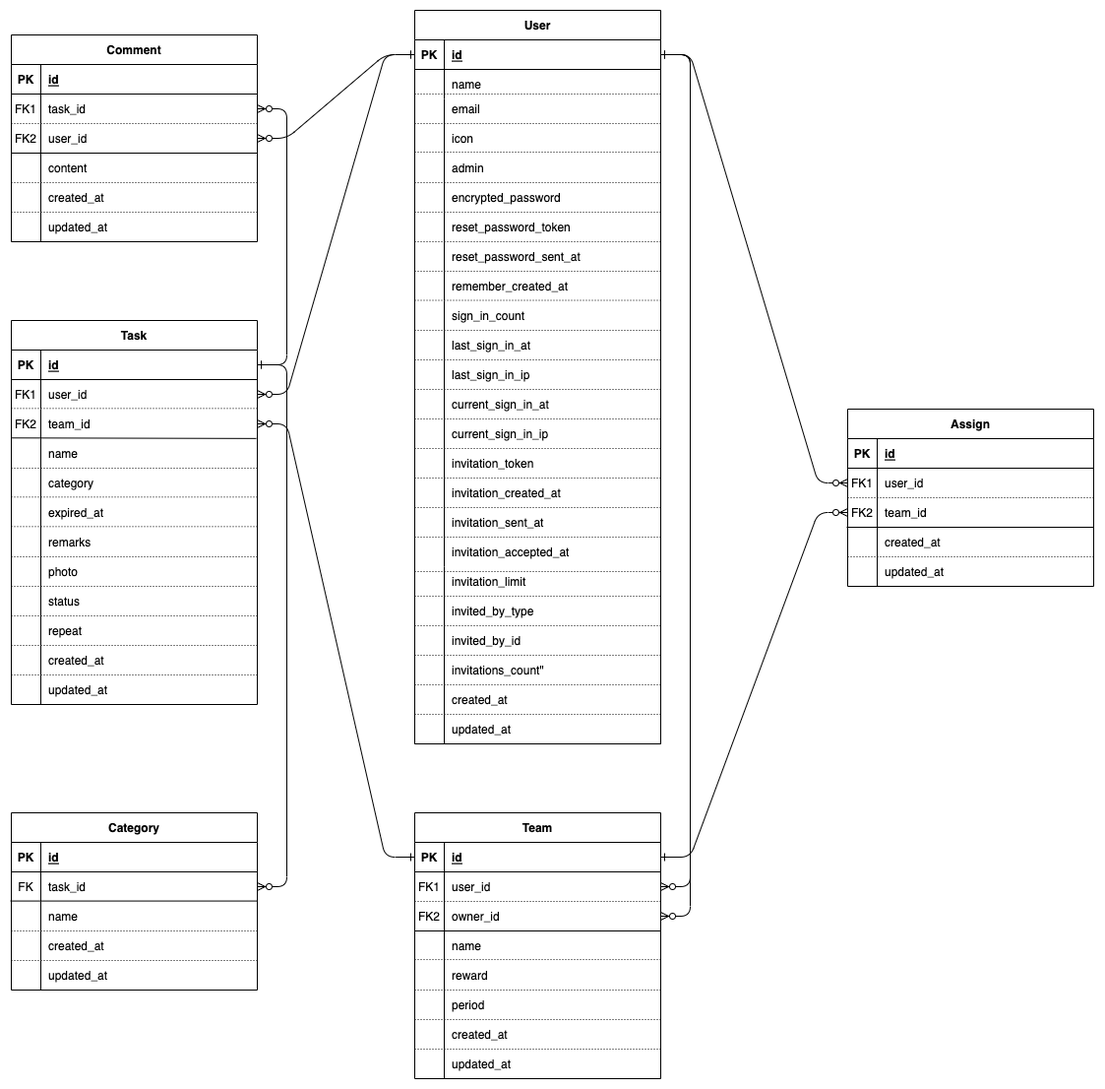
Earlier version of the draw.io export img/ER図.png (Asumi8/TOPPA). Source tidied: cells renumbered, new cells last; positions are measured from the earlier drawing's top-left corner, leaving out a move shared by most shapes.
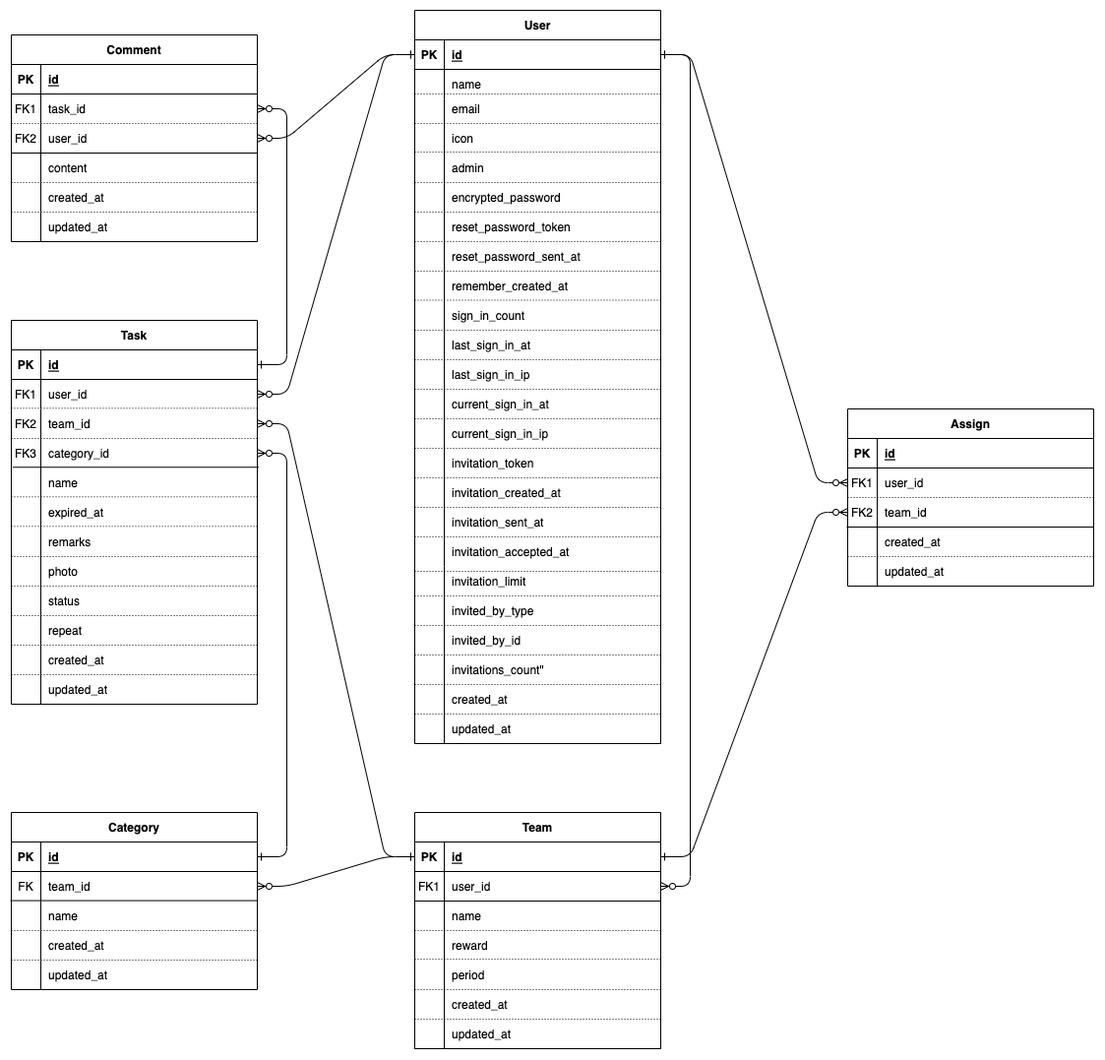
The same diagram one commit later.

Diff of the diagram source:
```diff
@@ -59,7 +59,7 @@
       </mxGeometry>
     </mxCell>
     <mxCell id="20" value="Team" style="shape=table;startSize=30;rowLines=0;fontStyle=1;align=center;" parent="1" vertex="1">
-      <mxGeometry x="410" y="815" width="250" height="270" as="geometry" />
+      <mxGeometry x="410" y="815" width="250" height="240" as="geometry" />
     </mxCell>
     <mxCell id="21" style="shape=partialRectangle;fillColor=none;points=[[0,0.5],[1,0.5]];portConstraint=eastwest;top=0;left=0;right=0;bottom=1;" parent="20" vertex="1">
       <mxGeometry y="30" width="250" height="30" as="geometry" />
@@ -79,17 +79,8 @@
     <mxCell id="26" value="user_id" style="shape=partialRectangle;overflow=hidden;fillColor=none;top=0;left=0;bottom=0;right=0;align=left;spacingLeft=6;" parent="24" vertex="1">
       <mxGeometry x="30" width="220" height="30" as="geometry" />
     </mxCell>
-    <mxCell id="27" style="shape=partialRectangle;fillColor=none;points=[[0,0.5],[1,0.5]];portConstraint=eastwest;top=0;left=0;right=0;bottom=0;" parent="20" vertex="1">
-      <mxGeometry y="90" width="250" height="30" as="geometry" />
-    </mxCell>
-    <mxCell id="28" style="shape=partialRectangle;overflow=hidden;fillColor=none;top=0;left=0;bottom=0;right=0;" parent="27" vertex="1">
-      <mxGeometry width="30" height="30" as="geometry" />
-    </mxCell>
-    <mxCell id="29" value="owner_id" style="shape=partialRectangle;overflow=hidden;fillColor=none;top=0;left=0;bottom=0;right=0;align=left;spacingLeft=6;" parent="27" vertex="1">
-      <mxGeometry x="30" width="220" height="30" as="geometry" />
-    </mxCell>
     <mxCell id="30" style="shape=partialRectangle;fillColor=none;top=0;left=0;right=0;bottom=0;" parent="20" vertex="1">
-      <mxGeometry y="120" width="250" height="30" as="geometry" />
+      <mxGeometry y="90" width="250" height="30" as="geometry" />
     </mxCell>
     <mxCell id="31" style="shape=partialRectangle;overflow=hidden;fillColor=none;top=0;left=0;bottom=0;right=0;" parent="30" vertex="1">
       <mxGeometry width="30" height="30" as="geometry" />
@@ -98,7 +89,7 @@
       <mxGeometry x="30" width="220" height="30" as="geometry" />
     </mxCell>
     <mxCell id="33" style="shape=partialRectangle;fillColor=none;top=0;left=0;right=0;bottom=0;" parent="20" vertex="1">
-      <mxGeometry y="150" width="250" height="30" as="geometry" />
+      <mxGeometry y="120" width="250" height="30" as="geometry" />
     </mxCell>
     <mxCell id="34" style="shape=partialRectangle;overflow=hidden;fillColor=none;top=0;left=0;bottom=0;right=0;" parent="33" vertex="1">
       <mxGeometry width="30" height="30" as="geometry" />
@@ -107,7 +98,7 @@
       <mxGeometry x="30" width="220" height="30" as="geometry" />
     </mxCell>
     <mxCell id="36" style="shape=partialRectangle;fillColor=none;top=0;left=0;right=0;bottom=0;" parent="20" vertex="1">
-      <mxGeometry y="180" width="250" height="30" as="geometry" />
+      <mxGeometry y="150" width="250" height="30" as="geometry" />
     </mxCell>
     <mxCell id="37" style="shape=partialRectangle;overflow=hidden;fillColor=none;top=0;left=0;bottom=0;right=0;" parent="36" vertex="1">
       <mxGeometry width="30" height="30" as="geometry" />
@@ -116,7 +107,7 @@
       <mxGeometry x="30" width="220" height="30" as="geometry" />
     </mxCell>
     <mxCell id="39" style="shape=partialRectangle;fillColor=none;top=0;left=0;right=0;bottom=0;" parent="20" vertex="1">
-      <mxGeometry y="210" width="250" height="30" as="geometry" />
+      <mxGeometry y="180" width="250" height="30" as="geometry" />
     </mxCell>
     <mxCell id="40" style="shape=partialRectangle;overflow=hidden;fillColor=none;top=0;left=0;bottom=0;right=0;" parent="39" vertex="1">
       <mxGeometry width="30" height="30" as="geometry" />
@@ -125,7 +116,7 @@
       <mxGeometry x="30" width="220" height="30" as="geometry" />
     </mxCell>
     <mxCell id="42" style="shape=partialRectangle;fillColor=none;top=0;left=0;right=0;bottom=0;" parent="20" vertex="1">
-      <mxGeometry y="240" width="250" height="30" as="geometry" />
+      <mxGeometry y="210" width="250" height="30" as="geometry" />
     </mxCell>
     <mxCell id="43" style="shape=partialRectangle;overflow=hidden;fillColor=none;top=0;left=0;bottom=0;right=0;" parent="42" vertex="1">
       <mxGeometry width="30" height="30" as="geometry" />
@@ -472,9 +463,9 @@
     <mxCell id="157" value="updated_at" style="shape=partialRectangle;overflow=hidden;fillColor=none;top=0;left=0;bottom=0;right=0;align=left;spacingLeft=6;" parent="155" vertex="1">
       <mxGeometry x="30" width="220" height="30" as="geometry" />
     </mxCell>
-    <mxCell id="158" style="endArrow=none;html=1;rounded=0;exitX=-0.001;exitY=-0.024;exitDx=0;exitDy=0;exitPerimeter=0;entryX=0.996;entryY=-0.005;entryDx=0;entryDy=0;entryPerimeter=0;" parent="121" edge="1" source="131" target="131">
-      <mxGeometry relative="1" as="geometry" />
-    </mxCell>
+    <mxCell id="269" style="endArrow=none;html=1;rounded=0;exitX=0.006;exitY=0.975;exitDx=0;exitDy=0;exitPerimeter=0;entryX=1.006;entryY=-0.025;entryDx=0;entryDy=0;entryPerimeter=0;" parent="121" edge="1" source="131" target="134">
+      <mxGeometry relative="1" as="geometry" />
+    </mxCell>
     <mxCell id="159" value="team_id" style="shape=partialRectangle;overflow=hidden;fillColor=none;top=0;left=0;bottom=0;right=0;align=left;spacingLeft=6;" parent="1" vertex="1">
       <mxGeometry x="30" y="405" width="210" height="30" as="geometry" />
     </mxCell>
@@ -485,7 +476,7 @@
       <mxGeometry relative="1" as="geometry" />
     </mxCell>
     <mxCell id="162" value="name" style="shape=partialRectangle;overflow=hidden;fillColor=none;top=0;left=0;bottom=0;right=0;align=left;spacingLeft=6;" parent="1" vertex="1">
-      <mxGeometry x="30" y="435" width="210" height="30" as="geometry" />
+      <mxGeometry x="30" y="465" width="210" height="30" as="geometry" />
     </mxCell>
     <mxCell id="163" value="expired_at" style="shape=partialRectangle;overflow=hidden;fillColor=none;top=0;left=0;bottom=0;right=0;align=left;spacingLeft=6;" parent="1" vertex="1">
       <mxGeometry x="30" y="495" width="210" height="30" as="geometry" />
@@ -557,10 +548,10 @@
       </mxGeometry>
     </mxCell>
     <mxCell id="176" value="reward" style="shape=partialRectangle;overflow=hidden;fillColor=none;top=0;left=0;bottom=0;right=0;align=left;spacingLeft=6;" parent="1" vertex="1">
-      <mxGeometry x="440" y="965" width="220" height="30" as="geometry" />
+      <mxGeometry x="440" y="935" width="220" height="30" as="geometry" />
     </mxCell>
     <mxCell id="177" value="period" style="shape=partialRectangle;overflow=hidden;fillColor=none;top=0;left=0;bottom=0;right=0;align=left;spacingLeft=6;" parent="1" vertex="1">
-      <mxGeometry x="440" y="995" width="220" height="30" as="geometry" />
+      <mxGeometry x="440" y="965" width="220" height="30" as="geometry" />
     </mxCell>
     <mxCell id="178" style="endArrow=none;html=1;rounded=0;" parent="1" edge="1">
       <mxGeometry relative="1" as="geometry">
@@ -598,7 +589,7 @@
     <mxCell id="186" style="shape=partialRectangle;overflow=hidden;fillColor=none;top=0;left=0;bottom=0;right=0;" parent="185" vertex="1">
       <mxGeometry width="30" height="30" as="geometry" />
     </mxCell>
-    <mxCell id="187" value="task_id" style="shape=partialRectangle;overflow=hidden;fillColor=none;top=0;left=0;bottom=0;right=0;align=left;spacingLeft=6;" parent="185" vertex="1">
+    <mxCell id="187" value="team_id" style="shape=partialRectangle;overflow=hidden;fillColor=none;top=0;left=0;bottom=0;right=0;align=left;spacingLeft=6;" parent="185" vertex="1">
       <mxGeometry x="30" width="220" height="30" as="geometry" />
     </mxCell>
     <mxCell id="188" style="shape=partialRectangle;fillColor=none;points=[[0,0.5],[1,0.5]];portConstraint=eastwest;top=0;left=0;right=0;bottom=0;" parent="181" vertex="1">
@@ -631,16 +622,16 @@
     <mxCell id="197" style="endArrow=none;html=1;rounded=0;exitX=-0.003;exitY=-0.014;exitDx=0;exitDy=0;exitPerimeter=0;entryX=1;entryY=0.986;entryDx=0;entryDy=0;entryPerimeter=0;" parent="181" edge="1" source="188" target="185">
       <mxGeometry relative="1" as="geometry" />
     </mxCell>
-    <mxCell id="198" style="edgeStyle=entityRelationEdgeStyle;endArrow=ERzeroToMany;startArrow=ERone;endFill=1;startFill=0;exitX=1;exitY=0.5;exitDx=0;exitDy=0;entryX=1;entryY=0.5;entryDx=0;entryDy=0;" parent="1" edge="1" source="122" target="185">
+    <mxCell id="198" style="edgeStyle=entityRelationEdgeStyle;endArrow=ERzeroToMany;startArrow=ERone;endFill=1;startFill=0;entryX=1;entryY=0.5;entryDx=0;entryDy=0;exitX=1;exitY=0.5;exitDx=0;exitDy=0;" parent="1" edge="1" source="182" target="131">
       <mxGeometry relative="1" as="geometry" />
     </mxCell>
-    <mxCell id="199" value="category" style="shape=partialRectangle;overflow=hidden;fillColor=none;top=0;left=0;bottom=0;right=0;align=left;spacingLeft=6;" parent="1" vertex="1">
-      <mxGeometry x="30" y="465" width="210" height="30" as="geometry" />
+    <mxCell id="199" value="category_id" style="shape=partialRectangle;overflow=hidden;fillColor=none;top=0;left=0;bottom=0;right=0;align=left;spacingLeft=6;" parent="1" vertex="1">
+      <mxGeometry x="30" y="435" width="210" height="30" as="geometry" />
     </mxCell>
     <mxCell id="200" style="endArrow=none;html=1;rounded=0;dashed=1;dashPattern=1 2;entryX=1;entryY=0.5;entryDx=0;entryDy=0;" parent="1" edge="1">
       <mxGeometry relative="1" as="geometry">
-        <mxPoint y="465" as="sourcePoint" />
-        <mxPoint x="250" y="465" as="targetPoint" />
+        <mxPoint y="435" as="sourcePoint" />
+        <mxPoint x="250" y="435" as="targetPoint" />
       </mxGeometry>
     </mxCell>
     <mxCell id="201" value="Comment" style="shape=table;startSize=30;rowLines=0;fontStyle=1;align=center;" parent="1" vertex="1">
@@ -709,14 +700,11 @@
         <mxPoint x="660" y="905" as="targetPoint" />
       </mxGeometry>
     </mxCell>
-    <mxCell id="222" style="edgeStyle=entityRelationEdgeStyle;endArrow=ERzeroToMany;startArrow=ERone;endFill=1;startFill=0;exitX=1;exitY=0.5;exitDx=0;exitDy=0;entryX=1;entryY=0.5;entryDx=0;entryDy=0;" parent="1" edge="1" source="46" target="27">
-      <mxGeometry relative="1" as="geometry" />
-    </mxCell>
     <mxCell id="223" value="FK1" style="shape=partialRectangle;overflow=hidden;fillColor=none;top=0;left=0;bottom=0;right=0;" parent="1" vertex="1">
       <mxGeometry x="410" y="875" width="30" height="30" as="geometry" />
     </mxCell>
     <mxCell id="224" value="name" style="shape=partialRectangle;overflow=hidden;fillColor=none;top=0;left=0;bottom=0;right=0;align=left;spacingLeft=6;" parent="1" vertex="1">
-      <mxGeometry x="440" y="935" width="220" height="30" as="geometry" />
+      <mxGeometry x="440" y="905" width="220" height="30" as="geometry" />
     </mxCell>
     <mxCell id="225" style="endArrow=none;html=1;rounded=0;dashed=1;dashPattern=1 2;entryX=1;entryY=0.5;entryDx=0;entryDy=0;" parent="1" edge="1">
       <mxGeometry relative="1" as="geometry">
@@ -937,9 +925,6 @@
         <mxPoint x="660" y="175" as="targetPoint" />
       </mxGeometry>
     </mxCell>
-    <mxCell id="264" value="FK2" style="shape=partialRectangle;overflow=hidden;fillColor=none;top=0;left=0;bottom=0;right=0;" parent="1" vertex="1">
-      <mxGeometry x="410" y="905" width="30" height="30" as="geometry" />
-    </mxCell>
     <mxCell id="265" style="edgeStyle=entityRelationEdgeStyle;endArrow=ERzeroToMany;startArrow=ERone;endFill=1;startFill=0;entryX=1;entryY=0.5;entryDx=0;entryDy=0;exitX=1;exitY=0.5;exitDx=0;exitDy=0;" parent="1" edge="1" source="46" target="24">
       <mxGeometry relative="1" as="geometry" />
     </mxCell>
@@ -951,8 +936,8 @@
     </mxCell>
     <mxCell id="267" style="endArrow=none;html=1;rounded=0;" parent="1" edge="1">
       <mxGeometry relative="1" as="geometry">
-        <mxPoint x="410" y="935" as="sourcePoint" />
-        <mxPoint x="660" y="935" as="targetPoint" />
+        <mxPoint x="410" y="905" as="sourcePoint" />
+        <mxPoint x="660" y="905" as="targetPoint" />
       </mxGeometry>
     </mxCell>
     <mxCell id="268" style="endArrow=none;html=1;rounded=0;" parent="1" edge="1">
@@ -961,5 +946,11 @@
         <mxPoint x="250" y="145" as="targetPoint" />
       </mxGeometry>
     </mxCell>
+    <mxCell id="270" value="FK3" style="shape=partialRectangle;overflow=hidden;fillColor=none;top=0;left=0;bottom=0;right=0;" parent="1" vertex="1">
+      <mxGeometry y="435" width="30" height="30" as="geometry" />
+    </mxCell>
+    <mxCell id="271" style="edgeStyle=entityRelationEdgeStyle;endArrow=ERzeroToMany;startArrow=ERone;endFill=1;startFill=0;entryX=1;entryY=0.5;entryDx=0;entryDy=0;exitX=0;exitY=0.5;exitDx=0;exitDy=0;" parent="1" edge="1" source="21" target="185">
+      <mxGeometry relative="1" as="geometry" />
+    </mxCell>
   </root>
 </mxGraphModel>
```
